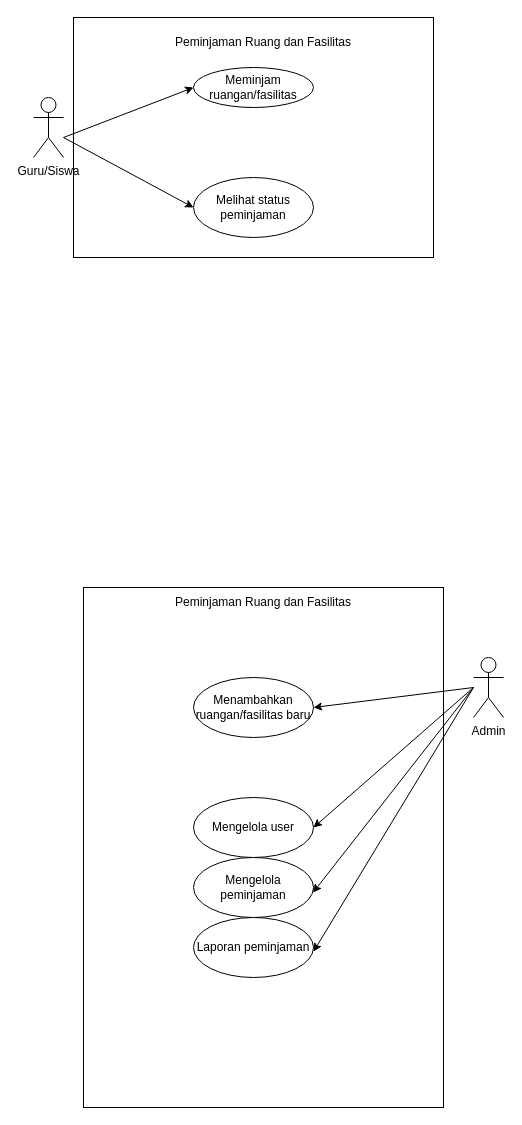
This is Use Case.drawio from ieatcheese99/Framework, a draw.io file, before an edit. Source tidied: cells renumbered, new cells numbered last; positions are measured from the earlier drawing's top-left corner, leaving out a move shared by most shapes. Both pictures are drawn from the tidied source at 100%, with x=0, y=0 at pixel (33, 17).
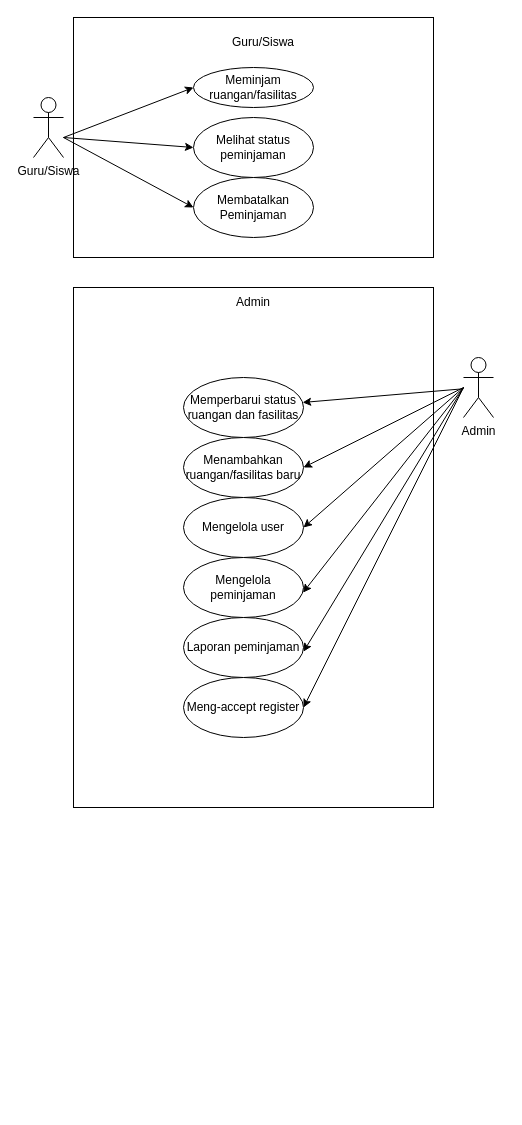
Above is the later version.

Change to the diagram source:
```diff
@@
-    <mxCell id="4" value="Peminjaman Ruang dan Fasilitas" style="text;html=1;align=center;verticalAlign=middle;whiteSpace=wrap;rounded=0;strokeWidth=1;" parent="1" vertex="1">
+    <mxCell id="4" value="Guru/Siswa" style="text;html=1;align=center;verticalAlign=middle;whiteSpace=wrap;rounded=0;strokeWidth=1;" parent="1" vertex="1">
       <mxGeometry x="110" y="10" width="240" height="30" as="geometry" />
     </mxCell>
@@
     <mxCell id="6" value="Melihat status peminjaman" style="ellipse;whiteSpace=wrap;html=1;" parent="1" vertex="1">
-      <mxGeometry x="160" y="160" width="120" height="60" as="geometry" />
+      <mxGeometry x="160" y="100" width="120" height="60" as="geometry" />
     </mxCell>
-    <mxCell id="7" style="endArrow=classic;html=1;rounded=0;" parent="1" edge="1">
+    <mxCell id="7" style="endArrow=classic;html=1;rounded=0;entryX=0;entryY=0.5;entryDx=0;entryDy=0;" parent="1" edge="1" target="6">
       <mxGeometry relative="1" as="geometry">
         <mxPoint x="30" y="120" as="sourcePoint" />
-        <mxPoint x="160" y="190" as="targetPoint" />
       </mxGeometry>
     </mxCell>
@@
     <mxCell id="9" style="rounded=0;whiteSpace=wrap;html=1;" parent="1" vertex="1">
-      <mxGeometry x="50" y="570" width="360" height="520" as="geometry" />
+      <mxGeometry x="40" y="270" width="360" height="520" as="geometry" />
     </mxCell>
-    <mxCell id="10" value="Peminjaman Ruang dan Fasilitas" style="text;html=1;align=center;verticalAlign=middle;whiteSpace=wrap;rounded=0;strokeWidth=1;" parent="1" vertex="1">
-      <mxGeometry x="110" y="570" width="240" height="30" as="geometry" />
+    <mxCell id="10" value="Admin" style="text;html=1;align=center;verticalAlign=middle;whiteSpace=wrap;rounded=0;strokeWidth=1;" parent="1" vertex="1">
+      <mxGeometry x="100" y="270" width="240" height="30" as="geometry" />
     </mxCell>
     <mxCell id="11" value="Admin" style="shape=umlActor;verticalLabelPosition=bottom;verticalAlign=top;html=1;outlineConnect=0;" parent="1" vertex="1">
-      <mxGeometry x="440" y="640" width="30" height="60" as="geometry" />
+      <mxGeometry x="430" y="340" width="30" height="60" as="geometry" />
     </mxCell>
     <mxCell id="12" value="Menambahkan&lt;div&gt;ruangan/fasilitas baru&lt;/div&gt;" style="ellipse;whiteSpace=wrap;html=1;" parent="1" vertex="1">
-      <mxGeometry x="160" y="660" width="120" height="60" as="geometry" />
+      <mxGeometry x="150" y="420" width="120" height="60" as="geometry" />
     </mxCell>
     <mxCell id="13" value="Mengelola user" style="ellipse;whiteSpace=wrap;html=1;" parent="1" vertex="1">
-      <mxGeometry x="160" y="780" width="120" height="60" as="geometry" />
+      <mxGeometry x="150" y="480" width="120" height="60" as="geometry" />
     </mxCell>
     <mxCell id="14" value="Mengelola peminjaman" style="ellipse;whiteSpace=wrap;html=1;" parent="1" vertex="1">
-      <mxGeometry x="160" y="840" width="120" height="60" as="geometry" />
+      <mxGeometry x="150" y="540" width="120" height="60" as="geometry" />
     </mxCell>
     <mxCell id="15" value="Laporan peminjaman" style="ellipse;whiteSpace=wrap;html=1;" parent="1" vertex="1">
-      <mxGeometry x="160" y="900" width="120" height="60" as="geometry" />
+      <mxGeometry x="150" y="600" width="120" height="60" as="geometry" />
     </mxCell>
     <mxCell id="16" style="endArrow=classic;html=1;rounded=0;entryX=1;entryY=0.5;entryDx=0;entryDy=0;" parent="1" edge="1" target="12">
       <mxGeometry relative="1" as="geometry">
-        <mxPoint x="440" y="670" as="sourcePoint" />
+        <mxPoint x="430" y="370" as="sourcePoint" />
       </mxGeometry>
     </mxCell>
     <mxCell id="17" style="endArrow=classic;html=1;rounded=0;entryX=1;entryY=0.569;entryDx=0;entryDy=0;entryPerimeter=0;" parent="1" edge="1" target="15">
       <mxGeometry relative="1" as="geometry">
-        <mxPoint x="440" y="670" as="sourcePoint" />
+        <mxPoint x="430" y="370" as="sourcePoint" />
       </mxGeometry>
     </mxCell>
     <mxCell id="18" style="endArrow=classic;html=1;rounded=0;entryX=0.996;entryY=0.585;entryDx=0;entryDy=0;entryPerimeter=0;" parent="1" edge="1" target="14">
       <mxGeometry relative="1" as="geometry">
-        <mxPoint x="440" y="670" as="sourcePoint" />
+        <mxPoint x="430" y="370" as="sourcePoint" />
       </mxGeometry>
     </mxCell>
     <mxCell id="19" style="endArrow=classic;html=1;rounded=0;entryX=1;entryY=0.5;entryDx=0;entryDy=0;" parent="1" edge="1" target="13">
       <mxGeometry relative="1" as="geometry">
-        <mxPoint x="440" y="670" as="sourcePoint" />
+        <mxPoint x="430" y="370" as="sourcePoint" />
       </mxGeometry>
     </mxCell>
+    <mxCell id="20" value="Memperbarui status ruangan dan fasilitas" style="ellipse;whiteSpace=wrap;html=1;" parent="1" vertex="1">
+      <mxGeometry x="150" y="360" width="120" height="60" as="geometry" />
+    </mxCell>
+    <mxCell id="21" style="endArrow=classic;html=1;rounded=0;" parent="1" edge="1" source="11" target="20">
+      <mxGeometry relative="1" as="geometry" />
+    </mxCell>
+    <mxCell id="22" value="Meng-accept register" style="ellipse;whiteSpace=wrap;html=1;" parent="1" vertex="1">
+      <mxGeometry x="150" y="660" width="120" height="60" as="geometry" />
+    </mxCell>
+    <mxCell id="23" style="endArrow=classic;html=1;rounded=0;entryX=1;entryY=0.5;entryDx=0;entryDy=0;" parent="1" edge="1" target="22">
+      <mxGeometry relative="1" as="geometry">
+        <mxPoint x="430" y="370" as="sourcePoint" />
+      </mxGeometry>
+    </mxCell>
+    <mxCell id="24" value="Membatalkan Peminjaman" style="ellipse;whiteSpace=wrap;html=1;" parent="1" vertex="1">
+      <mxGeometry x="160" y="160" width="120" height="60" as="geometry" />
+    </mxCell>
+    <mxCell id="25" style="endArrow=classic;html=1;rounded=0;entryX=0;entryY=0.5;entryDx=0;entryDy=0;" parent="1" edge="1" target="24">
+      <mxGeometry relative="1" as="geometry">
+        <mxPoint x="30" y="120" as="sourcePoint" />
+      </mxGeometry>
+    </mxCell>
```
